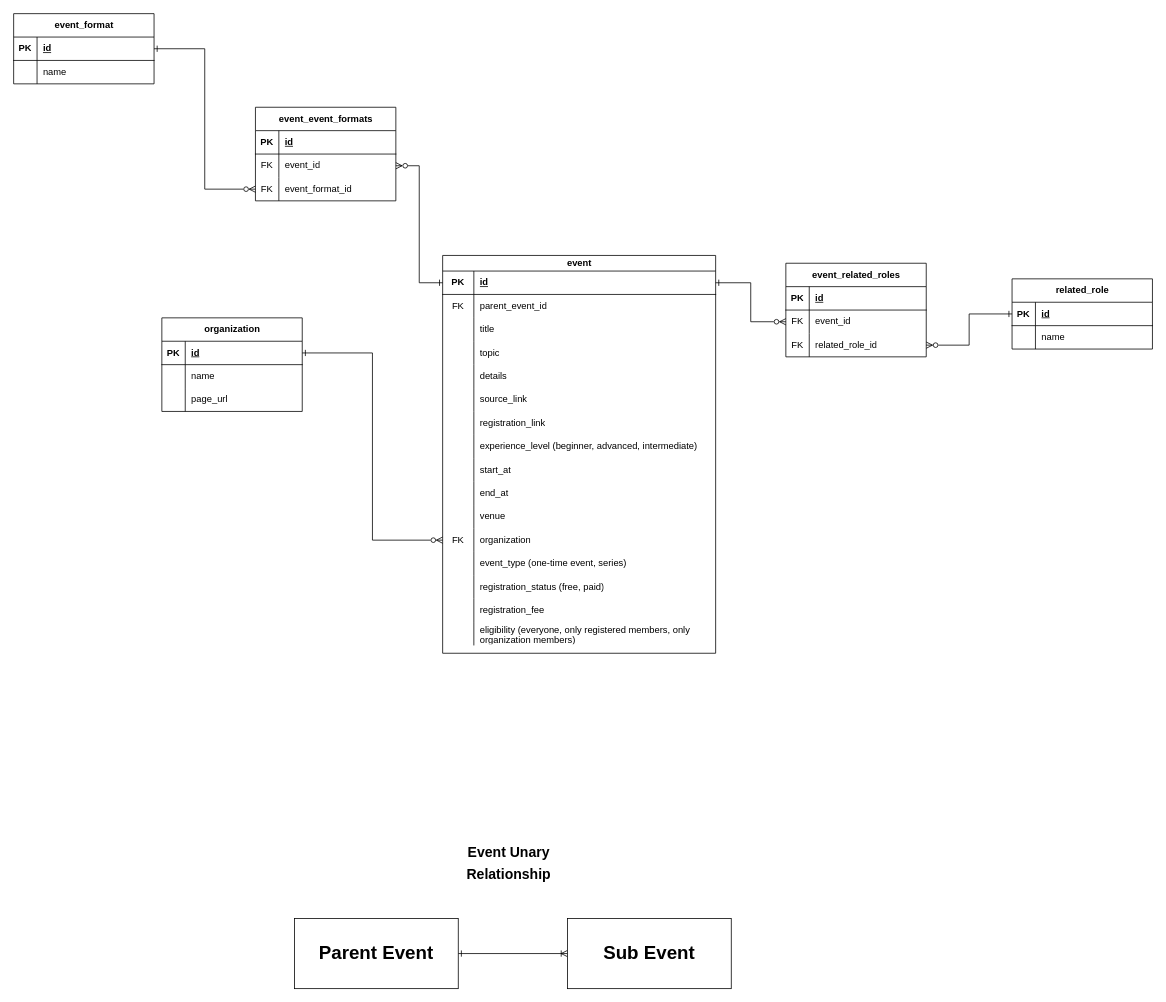
Earlier version of the draw.io diagram 2Gether.drawio (RHILIUS/drawio). Source tidied: cells renumbered, new cells numbered last; positions are measured from the earlier drawing's top-left corner, leaving out a move shared by most shapes. Both pictures are drawn from the tidied source at 78%, with x=0, y=0 at pixel (13, 13).
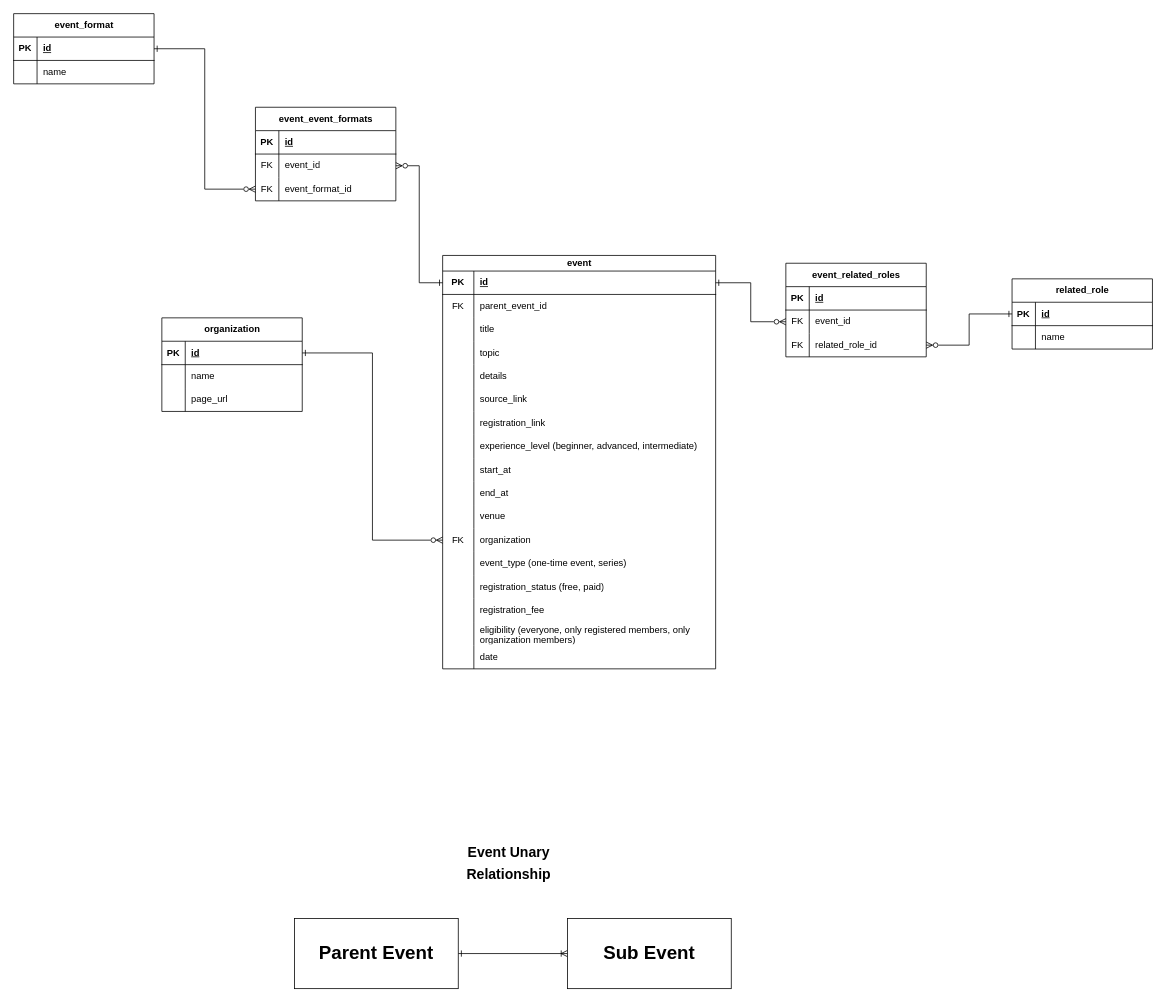
The same page after the edit.

Commit message:
add date field on event entity

Change to the diagram source:
```diff
@@
     <mxCell id="2" value="event" style="shape=table;startSize=20;childLayout=tableLayout;rowLines=0;fontStyle=1;align=center;html=1;" parent="1" vertex="1">
-      <mxGeometry x="550" y="310" width="350" height="510" as="geometry" />
+      <mxGeometry x="550" y="310" width="350" height="530" as="geometry" />
     </mxCell>
@@
+    <mxCell id="104" style="shape=tableRow;horizontal=0;startSize=0;swimlaneHead=0;swimlaneBody=0;fillColor=none;top=0;left=0;right=0;bottom=0;" parent="2" vertex="1">
+      <mxGeometry y="500" width="350" height="30" as="geometry" />
+    </mxCell>
+    <mxCell id="105" style="shape=partialRectangle;fillColor=none;top=0;left=0;bottom=0;right=0;overflow=hidden;whiteSpace=wrap;html=1;" parent="104" vertex="1">
+      <mxGeometry width="40" height="30" as="geometry" />
+    </mxCell>
+    <mxCell id="106" value="date" style="shape=partialRectangle;fillColor=none;top=0;left=0;bottom=0;right=0;align=left;spacingLeft=6;overflow=hidden;whiteSpace=wrap;html=1;" parent="104" vertex="1">
+      <mxGeometry x="40" width="310" height="30" as="geometry" />
+    </mxCell>
```
